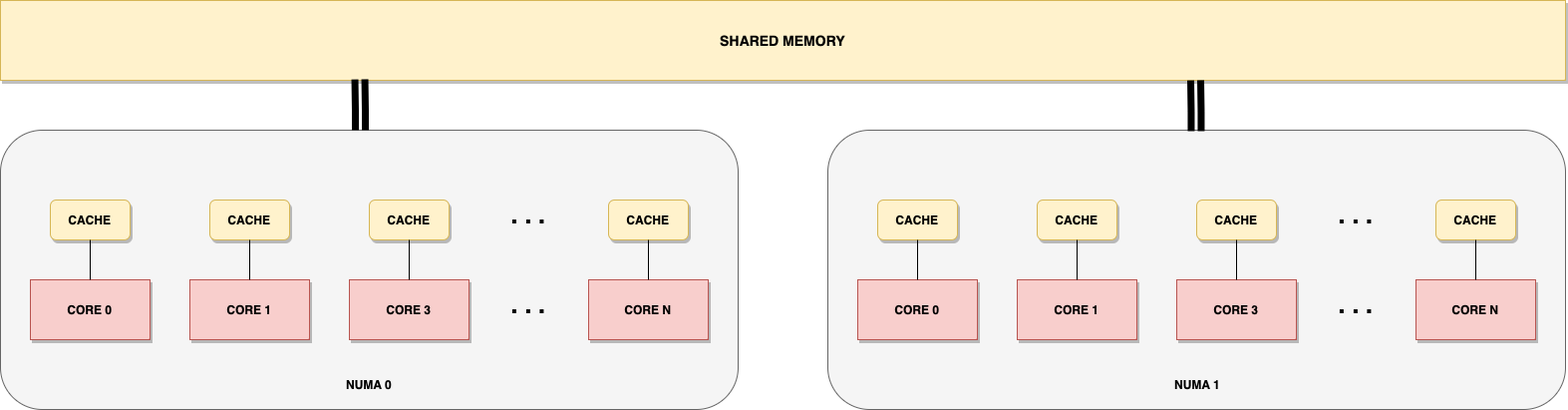
josephjohnjj/openmp_programming keeps this draw.io diagram as figs/shared_mem.png. Above is the earlier version. Source tidied: cells renumbered, new cells last; positions are measured from the earlier drawing's top-left corner, leaving out a move shared by most shapes. Its diagram source:
```xml
<mxGraphModel>
  <root>
    <mxCell id="0" />
    <mxCell id="1" parent="0" />
    <mxCell id="2" style="rounded=1;whiteSpace=wrap;html=1;fillColor=#f5f5f5;fontColor=#333333;strokeColor=#666666;" parent="1" vertex="1">
      <mxGeometry y="130" width="740" height="280" as="geometry" />
    </mxCell>
    <mxCell id="3" value="&lt;b&gt;CORE 0&lt;/b&gt;" style="rounded=0;whiteSpace=wrap;html=1;fillColor=#f8cecc;strokeColor=#b85450;shadow=1;" parent="1" vertex="1">
      <mxGeometry x="30" y="280" width="120" height="60" as="geometry" />
    </mxCell>
    <mxCell id="4" value="&lt;b&gt;CORE 1&lt;/b&gt;" style="rounded=0;whiteSpace=wrap;html=1;fillColor=#f8cecc;strokeColor=#b85450;shadow=1;" parent="1" vertex="1">
      <mxGeometry x="190" y="280" width="120" height="60" as="geometry" />
    </mxCell>
    <mxCell id="5" value="&lt;b&gt;CORE 3&lt;/b&gt;" style="rounded=0;whiteSpace=wrap;html=1;fillColor=#f8cecc;strokeColor=#b85450;shadow=1;" parent="1" vertex="1">
      <mxGeometry x="350" y="280" width="120" height="60" as="geometry" />
    </mxCell>
    <mxCell id="6" value="&lt;b&gt;CORE N&lt;/b&gt;" style="rounded=0;whiteSpace=wrap;html=1;fillColor=#f8cecc;strokeColor=#b85450;shadow=1;" parent="1" vertex="1">
      <mxGeometry x="590" y="280" width="120" height="60" as="geometry" />
    </mxCell>
    <mxCell id="7" value="&lt;font style=&quot;font-size: 25px;&quot;&gt;&lt;b&gt;. . .&lt;/b&gt;&lt;/font&gt;" style="text;html=1;strokeColor=none;fillColor=none;align=center;verticalAlign=middle;whiteSpace=wrap;rounded=0;" parent="1" vertex="1">
      <mxGeometry x="500" y="290" width="60" height="30" as="geometry" />
    </mxCell>
    <mxCell id="8" value="&lt;b&gt;CACHE&lt;/b&gt;" style="rounded=1;whiteSpace=wrap;html=1;fillColor=#fff2cc;strokeColor=#d6b656;shadow=1;" parent="1" vertex="1">
      <mxGeometry x="50" y="200" width="80" height="40" as="geometry" />
    </mxCell>
    <mxCell id="9" value="&lt;b&gt;CACHE&lt;/b&gt;" style="rounded=1;whiteSpace=wrap;html=1;fillColor=#fff2cc;strokeColor=#d6b656;shadow=1;" parent="1" vertex="1">
      <mxGeometry x="210" y="200" width="80" height="40" as="geometry" />
    </mxCell>
    <mxCell id="10" value="&lt;b&gt;CACHE&lt;/b&gt;" style="rounded=1;whiteSpace=wrap;html=1;fillColor=#fff2cc;strokeColor=#d6b656;shadow=1;" parent="1" vertex="1">
      <mxGeometry x="370" y="200" width="80" height="40" as="geometry" />
    </mxCell>
    <mxCell id="11" value="&lt;b&gt;CACHE&lt;/b&gt;" style="rounded=1;whiteSpace=wrap;html=1;fillColor=#fff2cc;strokeColor=#d6b656;shadow=1;" parent="1" vertex="1">
      <mxGeometry x="610" y="200" width="80" height="40" as="geometry" />
    </mxCell>
    <mxCell id="12" value="&lt;font style=&quot;font-size: 25px;&quot;&gt;&lt;b&gt;. . .&lt;/b&gt;&lt;/font&gt;" style="text;html=1;strokeColor=none;fillColor=none;align=center;verticalAlign=middle;whiteSpace=wrap;rounded=0;" parent="1" vertex="1">
      <mxGeometry x="500" y="200" width="60" height="30" as="geometry" />
    </mxCell>
    <mxCell id="13" value="&lt;b&gt;NUMA 0&lt;/b&gt;" style="text;html=1;strokeColor=none;fillColor=none;align=center;verticalAlign=middle;whiteSpace=wrap;rounded=0;" parent="1" vertex="1">
      <mxGeometry x="340" y="370" width="60" height="30" as="geometry" />
    </mxCell>
    <mxCell id="14" style="endArrow=none;html=1;rounded=0;exitX=0.5;exitY=0;exitDx=0;exitDy=0;entryX=0.5;entryY=1;entryDx=0;entryDy=0;" parent="1" edge="1" source="3" target="8">
      <mxGeometry relative="1" as="geometry" />
    </mxCell>
    <mxCell id="15" style="endArrow=none;html=1;rounded=0;exitX=0.5;exitY=0;exitDx=0;exitDy=0;entryX=0.5;entryY=1;entryDx=0;entryDy=0;" parent="1" edge="1" source="4" target="9">
      <mxGeometry relative="1" as="geometry" />
    </mxCell>
    <mxCell id="16" style="endArrow=none;html=1;rounded=0;exitX=0.5;exitY=0;exitDx=0;exitDy=0;entryX=0.5;entryY=1;entryDx=0;entryDy=0;" parent="1" edge="1" source="5" target="10">
      <mxGeometry relative="1" as="geometry" />
    </mxCell>
    <mxCell id="17" style="endArrow=none;html=1;rounded=0;entryX=0.5;entryY=1;entryDx=0;entryDy=0;exitX=0.5;exitY=0;exitDx=0;exitDy=0;" parent="1" edge="1" source="6" target="11">
      <mxGeometry relative="1" as="geometry" />
    </mxCell>
    <mxCell id="18" style="rounded=1;whiteSpace=wrap;html=1;fillColor=#f5f5f5;fontColor=#333333;strokeColor=#666666;" parent="1" vertex="1">
      <mxGeometry x="830" y="130" width="740" height="280" as="geometry" />
    </mxCell>
    <mxCell id="19" value="&lt;b&gt;CORE 0&lt;/b&gt;" style="rounded=0;whiteSpace=wrap;html=1;fillColor=#f8cecc;strokeColor=#b85450;shadow=1;" parent="1" vertex="1">
      <mxGeometry x="860" y="280" width="120" height="60" as="geometry" />
    </mxCell>
    <mxCell id="20" value="&lt;b&gt;CORE 1&lt;/b&gt;" style="rounded=0;whiteSpace=wrap;html=1;fillColor=#f8cecc;strokeColor=#b85450;shadow=1;" parent="1" vertex="1">
      <mxGeometry x="1020" y="280" width="120" height="60" as="geometry" />
    </mxCell>
    <mxCell id="21" value="&lt;b&gt;CORE 3&lt;/b&gt;" style="rounded=0;whiteSpace=wrap;html=1;fillColor=#f8cecc;strokeColor=#b85450;shadow=1;" parent="1" vertex="1">
      <mxGeometry x="1180" y="280" width="120" height="60" as="geometry" />
    </mxCell>
    <mxCell id="22" value="&lt;b&gt;CORE N&lt;/b&gt;" style="rounded=0;whiteSpace=wrap;html=1;fillColor=#f8cecc;strokeColor=#b85450;shadow=1;" parent="1" vertex="1">
      <mxGeometry x="1420" y="280" width="120" height="60" as="geometry" />
    </mxCell>
    <mxCell id="23" value="&lt;font style=&quot;font-size: 25px;&quot;&gt;&lt;b&gt;. . .&lt;/b&gt;&lt;/font&gt;" style="text;html=1;strokeColor=none;fillColor=none;align=center;verticalAlign=middle;whiteSpace=wrap;rounded=0;" parent="1" vertex="1">
      <mxGeometry x="1330" y="290" width="60" height="30" as="geometry" />
    </mxCell>
    <mxCell id="24" value="&lt;b&gt;CACHE&lt;/b&gt;" style="rounded=1;whiteSpace=wrap;html=1;fillColor=#fff2cc;strokeColor=#d6b656;shadow=1;" parent="1" vertex="1">
      <mxGeometry x="880" y="200" width="80" height="40" as="geometry" />
    </mxCell>
    <mxCell id="25" value="&lt;b&gt;CACHE&lt;/b&gt;" style="rounded=1;whiteSpace=wrap;html=1;fillColor=#fff2cc;strokeColor=#d6b656;shadow=1;" parent="1" vertex="1">
      <mxGeometry x="1040" y="200" width="80" height="40" as="geometry" />
    </mxCell>
    <mxCell id="26" value="&lt;b&gt;CACHE&lt;/b&gt;" style="rounded=1;whiteSpace=wrap;html=1;fillColor=#fff2cc;strokeColor=#d6b656;shadow=1;" parent="1" vertex="1">
      <mxGeometry x="1200" y="200" width="80" height="40" as="geometry" />
    </mxCell>
    <mxCell id="27" value="&lt;b&gt;CACHE&lt;/b&gt;" style="rounded=1;whiteSpace=wrap;html=1;fillColor=#fff2cc;strokeColor=#d6b656;shadow=1;" parent="1" vertex="1">
      <mxGeometry x="1440" y="200" width="80" height="40" as="geometry" />
    </mxCell>
    <mxCell id="28" value="&lt;font style=&quot;font-size: 25px;&quot;&gt;&lt;b&gt;. . .&lt;/b&gt;&lt;/font&gt;" style="text;html=1;strokeColor=none;fillColor=none;align=center;verticalAlign=middle;whiteSpace=wrap;rounded=0;" parent="1" vertex="1">
      <mxGeometry x="1330" y="200" width="60" height="30" as="geometry" />
    </mxCell>
    <mxCell id="29" value="&lt;b&gt;NUMA 1&lt;/b&gt;" style="text;html=1;strokeColor=none;fillColor=none;align=center;verticalAlign=middle;whiteSpace=wrap;rounded=0;" parent="1" vertex="1">
      <mxGeometry x="1171" y="370" width="60" height="30" as="geometry" />
    </mxCell>
    <mxCell id="30" style="endArrow=none;html=1;rounded=0;exitX=0.5;exitY=0;exitDx=0;exitDy=0;entryX=0.5;entryY=1;entryDx=0;entryDy=0;" parent="1" edge="1" source="19" target="24">
      <mxGeometry relative="1" as="geometry" />
    </mxCell>
    <mxCell id="31" style="endArrow=none;html=1;rounded=0;exitX=0.5;exitY=0;exitDx=0;exitDy=0;entryX=0.5;entryY=1;entryDx=0;entryDy=0;" parent="1" edge="1" source="20" target="25">
      <mxGeometry relative="1" as="geometry" />
    </mxCell>
    <mxCell id="32" style="endArrow=none;html=1;rounded=0;exitX=0.5;exitY=0;exitDx=0;exitDy=0;entryX=0.5;entryY=1;entryDx=0;entryDy=0;" parent="1" edge="1" source="21" target="26">
      <mxGeometry relative="1" as="geometry" />
    </mxCell>
    <mxCell id="33" style="endArrow=none;html=1;rounded=0;entryX=0.5;entryY=1;entryDx=0;entryDy=0;exitX=0.5;exitY=0;exitDx=0;exitDy=0;" parent="1" edge="1" source="22" target="27">
      <mxGeometry relative="1" as="geometry" />
    </mxCell>
    <mxCell id="34" value="&lt;b&gt;&lt;font style=&quot;font-size: 14px;&quot;&gt;SHARED MEMORY&lt;/font&gt;&lt;/b&gt;" style="rounded=0;whiteSpace=wrap;html=1;fillColor=#fff2cc;strokeColor=#d6b656;shadow=1;" parent="1" vertex="1">
      <mxGeometry width="1570" height="80" as="geometry" />
    </mxCell>
    <mxCell id="35" style="shape=link;html=1;rounded=0;exitX=0.229;exitY=0.988;exitDx=0;exitDy=0;exitPerimeter=0;strokeWidth=7;" parent="1" edge="1">
      <mxGeometry relative="1" as="geometry">
        <mxPoint x="360.5" y="79" as="sourcePoint" />
        <mxPoint x="361" y="130" as="targetPoint" />
        <Array as="points">
          <mxPoint x="361" y="110" />
        </Array>
      </mxGeometry>
    </mxCell>
    <mxCell id="36" style="shape=link;html=1;rounded=0;exitX=0.229;exitY=0.988;exitDx=0;exitDy=0;exitPerimeter=0;strokeWidth=7;" parent="1" edge="1">
      <mxGeometry relative="1" as="geometry">
        <mxPoint x="1199" y="80" as="sourcePoint" />
        <mxPoint x="1199.5" y="131" as="targetPoint" />
        <Array as="points">
          <mxPoint x="1199.5" y="111" />
        </Array>
      </mxGeometry>
    </mxCell>
  </root>
</mxGraphModel>
```
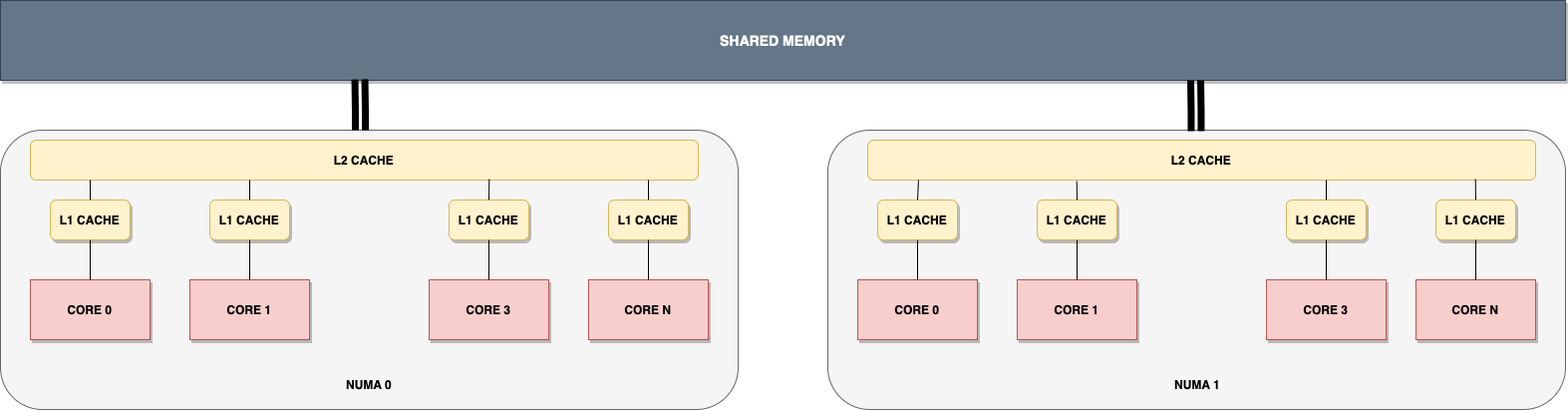
After the commit.

Commit message:
shared memory

The edit, as a diff of the source:
```diff
@@ -12,29 +12,23 @@
       <mxGeometry x="190" y="280" width="120" height="60" as="geometry" />
     </mxCell>
     <mxCell id="5" value="&lt;b&gt;CORE 3&lt;/b&gt;" style="rounded=0;whiteSpace=wrap;html=1;fillColor=#f8cecc;strokeColor=#b85450;shadow=1;" parent="1" vertex="1">
-      <mxGeometry x="350" y="280" width="120" height="60" as="geometry" />
+      <mxGeometry x="430" y="280" width="120" height="60" as="geometry" />
     </mxCell>
     <mxCell id="6" value="&lt;b&gt;CORE N&lt;/b&gt;" style="rounded=0;whiteSpace=wrap;html=1;fillColor=#f8cecc;strokeColor=#b85450;shadow=1;" parent="1" vertex="1">
       <mxGeometry x="590" y="280" width="120" height="60" as="geometry" />
     </mxCell>
-    <mxCell id="7" value="&lt;font style=&quot;font-size: 25px;&quot;&gt;&lt;b&gt;. . .&lt;/b&gt;&lt;/font&gt;" style="text;html=1;strokeColor=none;fillColor=none;align=center;verticalAlign=middle;whiteSpace=wrap;rounded=0;" parent="1" vertex="1">
-      <mxGeometry x="500" y="290" width="60" height="30" as="geometry" />
-    </mxCell>
-    <mxCell id="8" value="&lt;b&gt;CACHE&lt;/b&gt;" style="rounded=1;whiteSpace=wrap;html=1;fillColor=#fff2cc;strokeColor=#d6b656;shadow=1;" parent="1" vertex="1">
+    <mxCell id="8" value="&lt;b&gt;L1 CACHE&lt;/b&gt;" style="rounded=1;whiteSpace=wrap;html=1;fillColor=#fff2cc;strokeColor=#d6b656;shadow=1;" parent="1" vertex="1">
       <mxGeometry x="50" y="200" width="80" height="40" as="geometry" />
     </mxCell>
-    <mxCell id="9" value="&lt;b&gt;CACHE&lt;/b&gt;" style="rounded=1;whiteSpace=wrap;html=1;fillColor=#fff2cc;strokeColor=#d6b656;shadow=1;" parent="1" vertex="1">
+    <mxCell id="9" value="&lt;b&gt;L1 CACHE&lt;/b&gt;" style="rounded=1;whiteSpace=wrap;html=1;fillColor=#fff2cc;strokeColor=#d6b656;shadow=1;" parent="1" vertex="1">
       <mxGeometry x="210" y="200" width="80" height="40" as="geometry" />
     </mxCell>
-    <mxCell id="10" value="&lt;b&gt;CACHE&lt;/b&gt;" style="rounded=1;whiteSpace=wrap;html=1;fillColor=#fff2cc;strokeColor=#d6b656;shadow=1;" parent="1" vertex="1">
-      <mxGeometry x="370" y="200" width="80" height="40" as="geometry" />
+    <mxCell id="10" value="&lt;b&gt;L1 CACHE&lt;/b&gt;" style="rounded=1;whiteSpace=wrap;html=1;fillColor=#fff2cc;strokeColor=#d6b656;shadow=1;" parent="1" vertex="1">
+      <mxGeometry x="450" y="200" width="80" height="40" as="geometry" />
     </mxCell>
-    <mxCell id="11" value="&lt;b&gt;CACHE&lt;/b&gt;" style="rounded=1;whiteSpace=wrap;html=1;fillColor=#fff2cc;strokeColor=#d6b656;shadow=1;" parent="1" vertex="1">
+    <mxCell id="11" value="&lt;b&gt;L1 CACHE&lt;/b&gt;" style="rounded=1;whiteSpace=wrap;html=1;fillColor=#fff2cc;strokeColor=#d6b656;shadow=1;" parent="1" vertex="1">
       <mxGeometry x="610" y="200" width="80" height="40" as="geometry" />
     </mxCell>
-    <mxCell id="12" value="&lt;font style=&quot;font-size: 25px;&quot;&gt;&lt;b&gt;. . .&lt;/b&gt;&lt;/font&gt;" style="text;html=1;strokeColor=none;fillColor=none;align=center;verticalAlign=middle;whiteSpace=wrap;rounded=0;" parent="1" vertex="1">
-      <mxGeometry x="500" y="200" width="60" height="30" as="geometry" />
-    </mxCell>
     <mxCell id="13" value="&lt;b&gt;NUMA 0&lt;/b&gt;" style="text;html=1;strokeColor=none;fillColor=none;align=center;verticalAlign=middle;whiteSpace=wrap;rounded=0;" parent="1" vertex="1">
       <mxGeometry x="340" y="370" width="60" height="30" as="geometry" />
     </mxCell>
@@ -60,29 +54,23 @@
       <mxGeometry x="1020" y="280" width="120" height="60" as="geometry" />
     </mxCell>
     <mxCell id="21" value="&lt;b&gt;CORE 3&lt;/b&gt;" style="rounded=0;whiteSpace=wrap;html=1;fillColor=#f8cecc;strokeColor=#b85450;shadow=1;" parent="1" vertex="1">
-      <mxGeometry x="1180" y="280" width="120" height="60" as="geometry" />
+      <mxGeometry x="1270" y="280" width="120" height="60" as="geometry" />
     </mxCell>
     <mxCell id="22" value="&lt;b&gt;CORE N&lt;/b&gt;" style="rounded=0;whiteSpace=wrap;html=1;fillColor=#f8cecc;strokeColor=#b85450;shadow=1;" parent="1" vertex="1">
       <mxGeometry x="1420" y="280" width="120" height="60" as="geometry" />
     </mxCell>
-    <mxCell id="23" value="&lt;font style=&quot;font-size: 25px;&quot;&gt;&lt;b&gt;. . .&lt;/b&gt;&lt;/font&gt;" style="text;html=1;strokeColor=none;fillColor=none;align=center;verticalAlign=middle;whiteSpace=wrap;rounded=0;" parent="1" vertex="1">
-      <mxGeometry x="1330" y="290" width="60" height="30" as="geometry" />
-    </mxCell>
-    <mxCell id="24" value="&lt;b&gt;CACHE&lt;/b&gt;" style="rounded=1;whiteSpace=wrap;html=1;fillColor=#fff2cc;strokeColor=#d6b656;shadow=1;" parent="1" vertex="1">
+    <mxCell id="24" value="&lt;b&gt;L1 CACHE&lt;/b&gt;" style="rounded=1;whiteSpace=wrap;html=1;fillColor=#fff2cc;strokeColor=#d6b656;shadow=1;" parent="1" vertex="1">
       <mxGeometry x="880" y="200" width="80" height="40" as="geometry" />
     </mxCell>
-    <mxCell id="25" value="&lt;b&gt;CACHE&lt;/b&gt;" style="rounded=1;whiteSpace=wrap;html=1;fillColor=#fff2cc;strokeColor=#d6b656;shadow=1;" parent="1" vertex="1">
+    <mxCell id="25" value="&lt;b&gt;L1 CACHE&lt;/b&gt;" style="rounded=1;whiteSpace=wrap;html=1;fillColor=#fff2cc;strokeColor=#d6b656;shadow=1;" parent="1" vertex="1">
       <mxGeometry x="1040" y="200" width="80" height="40" as="geometry" />
     </mxCell>
-    <mxCell id="26" value="&lt;b&gt;CACHE&lt;/b&gt;" style="rounded=1;whiteSpace=wrap;html=1;fillColor=#fff2cc;strokeColor=#d6b656;shadow=1;" parent="1" vertex="1">
-      <mxGeometry x="1200" y="200" width="80" height="40" as="geometry" />
+    <mxCell id="26" value="&lt;b&gt;L1 CACHE&lt;/b&gt;" style="rounded=1;whiteSpace=wrap;html=1;fillColor=#fff2cc;strokeColor=#d6b656;shadow=1;" parent="1" vertex="1">
+      <mxGeometry x="1290" y="200" width="80" height="40" as="geometry" />
     </mxCell>
-    <mxCell id="27" value="&lt;b&gt;CACHE&lt;/b&gt;" style="rounded=1;whiteSpace=wrap;html=1;fillColor=#fff2cc;strokeColor=#d6b656;shadow=1;" parent="1" vertex="1">
+    <mxCell id="27" value="&lt;b&gt;L1 CACHE&lt;/b&gt;" style="rounded=1;whiteSpace=wrap;html=1;fillColor=#fff2cc;strokeColor=#d6b656;shadow=1;" parent="1" vertex="1">
       <mxGeometry x="1440" y="200" width="80" height="40" as="geometry" />
     </mxCell>
-    <mxCell id="28" value="&lt;font style=&quot;font-size: 25px;&quot;&gt;&lt;b&gt;. . .&lt;/b&gt;&lt;/font&gt;" style="text;html=1;strokeColor=none;fillColor=none;align=center;verticalAlign=middle;whiteSpace=wrap;rounded=0;" parent="1" vertex="1">
-      <mxGeometry x="1330" y="200" width="60" height="30" as="geometry" />
-    </mxCell>
     <mxCell id="29" value="&lt;b&gt;NUMA 1&lt;/b&gt;" style="text;html=1;strokeColor=none;fillColor=none;align=center;verticalAlign=middle;whiteSpace=wrap;rounded=0;" parent="1" vertex="1">
       <mxGeometry x="1171" y="370" width="60" height="30" as="geometry" />
     </mxCell>
@@ -98,7 +86,7 @@
     <mxCell id="33" style="endArrow=none;html=1;rounded=0;entryX=0.5;entryY=1;entryDx=0;entryDy=0;exitX=0.5;exitY=0;exitDx=0;exitDy=0;" parent="1" edge="1" source="22" target="27">
       <mxGeometry relative="1" as="geometry" />
     </mxCell>
-    <mxCell id="34" value="&lt;b&gt;&lt;font style=&quot;font-size: 14px;&quot;&gt;SHARED MEMORY&lt;/font&gt;&lt;/b&gt;" style="rounded=0;whiteSpace=wrap;html=1;fillColor=#fff2cc;strokeColor=#d6b656;shadow=1;" parent="1" vertex="1">
+    <mxCell id="34" value="&lt;b&gt;&lt;font style=&quot;font-size: 14px;&quot;&gt;SHARED MEMORY&lt;/font&gt;&lt;/b&gt;" style="rounded=0;whiteSpace=wrap;html=1;fillColor=#647687;strokeColor=#314354;shadow=1;fontColor=#ffffff;" parent="1" vertex="1">
       <mxGeometry width="1570" height="80" as="geometry" />
     </mxCell>
     <mxCell id="35" style="shape=link;html=1;rounded=0;exitX=0.229;exitY=0.988;exitDx=0;exitDy=0;exitPerimeter=0;strokeWidth=7;" parent="1" edge="1">
@@ -119,5 +107,43 @@
         </Array>
       </mxGeometry>
     </mxCell>
+    <mxCell id="37" value="&lt;b&gt;L2 CACHE&lt;/b&gt;" style="rounded=1;whiteSpace=wrap;html=1;fillColor=#fff2cc;strokeColor=#d6b656;" parent="1" vertex="1">
+      <mxGeometry x="30" y="140" width="670" height="40" as="geometry" />
+    </mxCell>
+    <mxCell id="38" value="&lt;b&gt;L2 CACHE&lt;/b&gt;" style="rounded=1;whiteSpace=wrap;html=1;fillColor=#fff2cc;strokeColor=#d6b656;" parent="1" vertex="1">
+      <mxGeometry x="870" y="140" width="670" height="40" as="geometry" />
+    </mxCell>
+    <mxCell id="39" style="endArrow=none;html=1;rounded=0;exitX=0.5;exitY=0;exitDx=0;exitDy=0;" parent="1" edge="1" source="8">
+      <mxGeometry relative="1" as="geometry">
+        <mxPoint x="90" y="180" as="targetPoint" />
+      </mxGeometry>
+    </mxCell>
+    <mxCell id="40" style="endArrow=none;html=1;rounded=0;exitX=0.5;exitY=0;exitDx=0;exitDy=0;" parent="1" edge="1" source="9">
+      <mxGeometry relative="1" as="geometry">
+        <mxPoint x="250" y="180" as="targetPoint" />
+      </mxGeometry>
+    </mxCell>
+    <mxCell id="41" style="endArrow=none;html=1;rounded=0;exitX=0.5;exitY=0;exitDx=0;exitDy=0;entryX=0.687;entryY=0.975;entryDx=0;entryDy=0;entryPerimeter=0;" parent="1" edge="1" source="10" target="37">
+      <mxGeometry relative="1" as="geometry" />
+    </mxCell>
+    <mxCell id="42" style="endArrow=none;html=1;rounded=0;exitX=0.5;exitY=0;exitDx=0;exitDy=0;" parent="1" edge="1" source="11">
+      <mxGeometry relative="1" as="geometry">
+        <mxPoint x="650" y="180" as="targetPoint" />
+      </mxGeometry>
+    </mxCell>
+    <mxCell id="43" style="endArrow=none;html=1;rounded=0;exitX=0.5;exitY=0;exitDx=0;exitDy=0;entryX=0.076;entryY=1;entryDx=0;entryDy=0;entryPerimeter=0;" parent="1" edge="1" source="24" target="38">
+      <mxGeometry relative="1" as="geometry" />
+    </mxCell>
+    <mxCell id="44" style="endArrow=none;html=1;rounded=0;exitX=0.5;exitY=0;exitDx=0;exitDy=0;entryX=0.313;entryY=1.025;entryDx=0;entryDy=0;entryPerimeter=0;" parent="1" edge="1" source="25" target="38">
+      <mxGeometry relative="1" as="geometry" />
+    </mxCell>
+    <mxCell id="45" style="endArrow=none;html=1;rounded=0;exitX=0.5;exitY=0;exitDx=0;exitDy=0;" parent="1" edge="1" source="26">
+      <mxGeometry relative="1" as="geometry">
+        <mxPoint x="1330" y="180" as="targetPoint" />
+      </mxGeometry>
+    </mxCell>
+    <mxCell id="46" style="endArrow=none;html=1;rounded=0;exitX=0.5;exitY=0;exitDx=0;exitDy=0;entryX=0.91;entryY=0.975;entryDx=0;entryDy=0;entryPerimeter=0;" parent="1" edge="1" source="27" target="38">
+      <mxGeometry relative="1" as="geometry" />
+    </mxCell>
   </root>
 </mxGraphModel>
```
